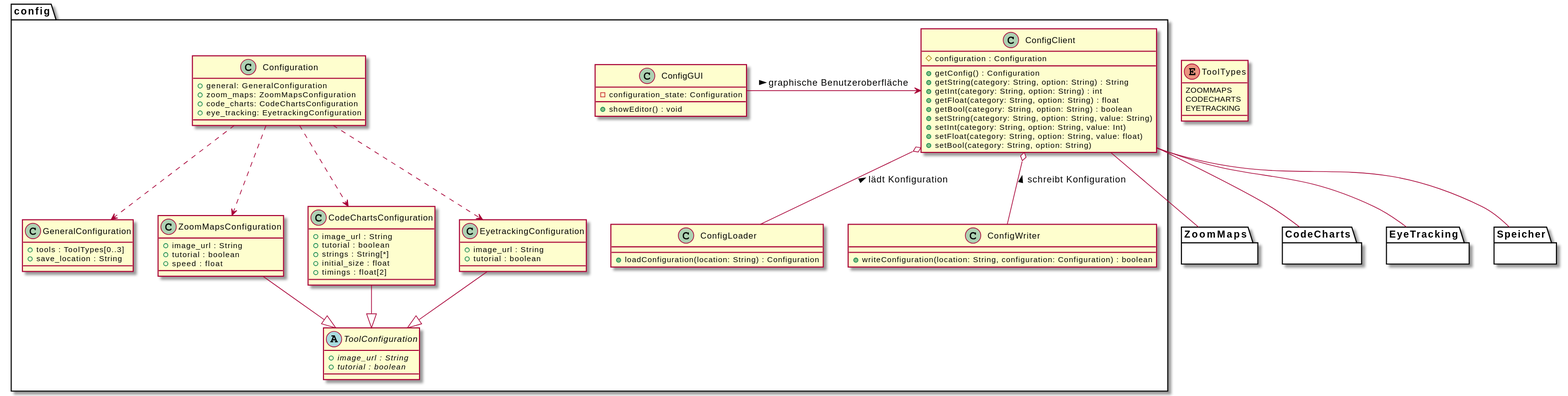
Earlier version of the PlantUML export meilenstein_03/uml-config/config.svg (weichware10/meilensteine).
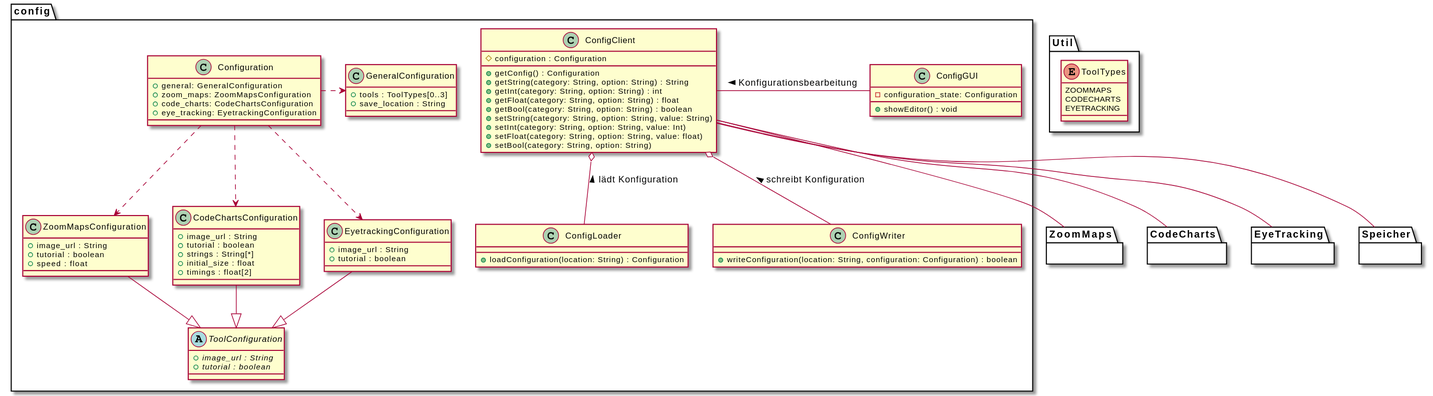
After the change.

Commit message:
Render PlantUML SVGs

What changed in the source:
```diff
@@ -1,9 +1,12 @@
 @startuml
-enum ToolTypes {
+package Util {
+  enum ToolTypes {
   ZOOMMAPS
   CODECHARTS
   EYETRACKING
+  }
 }
+
 
 package ZoomMaps {}
 package CodeCharts {}
@@ -73,9 +76,9 @@
 
   ConfigClient o-- ConfigWriter : < schreibt Konfiguration
 
-  ConfigClient <-l- ConfigGUI : < graphische Benutzeroberfläche
+  ConfigClient -r- ConfigGUI : < Konfigurationsbearbeitung
 
-  Configuration ..> GeneralConfiguration
+  Configuration .r.> GeneralConfiguration
   Configuration ..> ZoomMapsConfiguration
   Configuration ..> CodeChartsConfiguration
   Configuration ..> EyetrackingConfiguration
```
